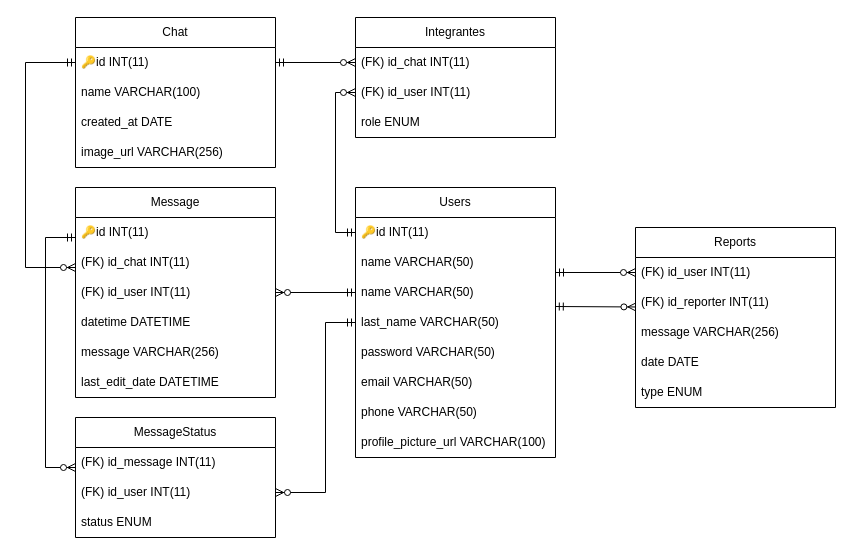
Before: EsquemaRelacional.drawio in benjahuenchunir/React_Madrid_frontend, a draw.io diagram. Source tidied: cells renumbered, new cells numbered last; positions are measured from the earlier drawing's top-left corner, leaving out a move shared by most shapes. Both pictures are drawn from the tidied source at 100%, with x=0, y=0 at pixel (25, 17).
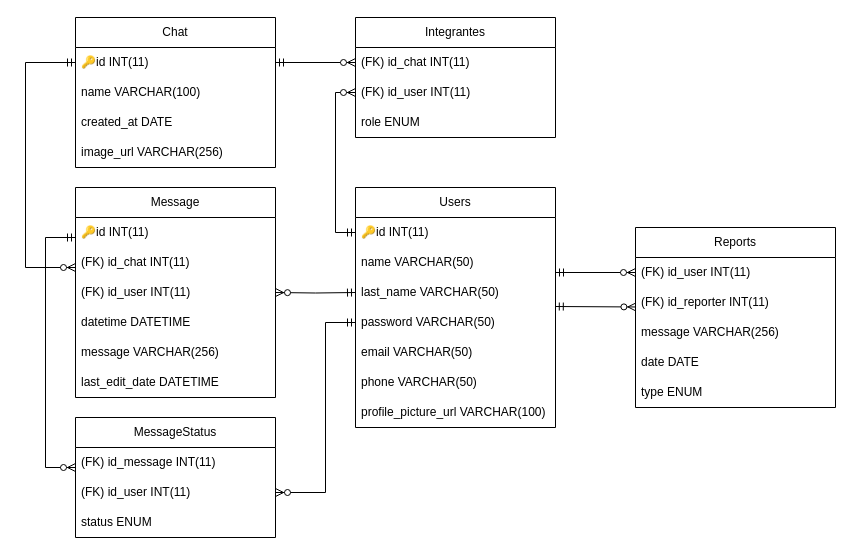
The same page after the edit.

Commit message:
Removed duplicate name

The change refers to these unchanged cells:
```xml
<mxCell id="22" value="(FK)&amp;nbsp;id_reporter INT(11)" style="text;strokeColor=none;fillColor=none;align=left;verticalAlign=middle;spacingLeft=4;spacingRight=4;overflow=hidden;points=[[0,0.5],[1,0.5]];portConstraint=eastwest;whiteSpace=wrap;html=1;" parent="20" vertex="1">
  <mxGeometry y="60" width="200" height="30" as="geometry" />
</mxCell>
<mxCell id="29" value="(FK) id_user INT(11)" style="text;strokeColor=none;fillColor=none;align=left;verticalAlign=middle;spacingLeft=4;spacingRight=4;overflow=hidden;points=[[0,0.5],[1,0.5]];portConstraint=eastwest;whiteSpace=wrap;html=1;" parent="26" vertex="1">
  <mxGeometry y="90" width="200" height="30" as="geometry" />
</mxCell>
```

Diff of the diagram source:
```diff
@@
     <mxCell id="2" value="Users" style="swimlane;fontStyle=0;horizontal=1;startSize=30;whiteSpace=wrap;html=1;" parent="1" vertex="1">
-      <mxGeometry x="330" y="170" width="200" height="270" as="geometry" />
+      <mxGeometry x="330" y="170" width="200" height="240" as="geometry" />
     </mxCell>
@@
-    <mxCell id="5" value="name VARCHAR(50)" style="text;strokeColor=none;fillColor=none;align=left;verticalAlign=middle;spacingLeft=4;spacingRight=4;overflow=hidden;points=[[0,0.5],[1,0.5]];portConstraint=eastwest;whiteSpace=wrap;html=1;" parent="2" vertex="1">
-      <mxGeometry y="90" width="200" height="30" as="geometry" />
-    </mxCell>
     <mxCell id="6" value="last_name VARCHAR(50)" style="text;strokeColor=none;fillColor=none;align=left;verticalAlign=middle;spacingLeft=4;spacingRight=4;overflow=hidden;whiteSpace=wrap;html=1;" parent="2" vertex="1">
-      <mxGeometry y="120" width="200" height="30" as="geometry" />
+      <mxGeometry y="90" width="200" height="30" as="geometry" />
     </mxCell>
     <mxCell id="7" value="password VARCHAR(50)" style="text;strokeColor=none;fillColor=none;align=left;verticalAlign=middle;spacingLeft=4;spacingRight=4;overflow=hidden;whiteSpace=wrap;html=1;" parent="2" vertex="1">
-      <mxGeometry y="150" width="200" height="30" as="geometry" />
+      <mxGeometry y="120" width="200" height="30" as="geometry" />
     </mxCell>
     <mxCell id="8" value="email VARCHAR(50)" style="text;strokeColor=none;fillColor=none;align=left;verticalAlign=middle;spacingLeft=4;spacingRight=4;overflow=hidden;whiteSpace=wrap;html=1;" parent="2" vertex="1">
-      <mxGeometry y="180" width="200" height="30" as="geometry" />
+      <mxGeometry y="150" width="200" height="30" as="geometry" />
     </mxCell>
     <mxCell id="9" value="phone VARCHAR(50)" style="text;strokeColor=none;fillColor=none;align=left;verticalAlign=middle;spacingLeft=4;spacingRight=4;overflow=hidden;whiteSpace=wrap;html=1;" parent="2" vertex="1">
-      <mxGeometry y="210" width="200" height="30" as="geometry" />
+      <mxGeometry y="180" width="200" height="30" as="geometry" />
     </mxCell>
     <mxCell id="10" value="profile_picture_url VARCHAR(100)" style="text;strokeColor=none;fillColor=none;align=left;verticalAlign=middle;spacingLeft=4;spacingRight=4;overflow=hidden;whiteSpace=wrap;html=1;" parent="2" vertex="1">
-      <mxGeometry y="240" width="200" height="30" as="geometry" />
+      <mxGeometry y="210" width="200" height="30" as="geometry" />
     </mxCell>
@@
-    <mxCell id="39" style="fontSize=12;html=1;endArrow=ERzeroToMany;startArrow=ERmandOne;rounded=0;strokeColor=default;edgeStyle=orthogonalEdgeStyle;elbow=vertical;exitX=0;exitY=0.5;exitDx=0;exitDy=0;" parent="1" edge="1" source="5" target="29">
-      <mxGeometry relative="1" as="geometry" />
+    <mxCell id="39" style="fontSize=12;html=1;endArrow=ERzeroToMany;startArrow=ERmandOne;rounded=0;strokeColor=default;edgeStyle=orthogonalEdgeStyle;elbow=vertical;exitX=0;exitY=0.5;exitDx=0;exitDy=0;" parent="1" edge="1" target="29">
+      <mxGeometry relative="1" as="geometry">
+        <mxPoint x="330" y="275" as="sourcePoint" />
+      </mxGeometry>
     </mxCell>
@@
-    <mxCell id="44" style="fontSize=12;html=1;endArrow=ERzeroToMany;startArrow=ERmandOne;rounded=0;strokeColor=default;edgeStyle=orthogonalEdgeStyle;elbow=vertical;entryX=0.002;entryY=0.649;entryDx=0;entryDy=0;exitX=0.999;exitY=0.967;exitDx=0;exitDy=0;exitPerimeter=0;entryPerimeter=0;" parent="1" edge="1" source="5" target="22">
+    <mxCell id="44" style="fontSize=12;html=1;endArrow=ERzeroToMany;startArrow=ERmandOne;rounded=0;strokeColor=default;edgeStyle=orthogonalEdgeStyle;elbow=vertical;entryX=0.002;entryY=0.649;entryDx=0;entryDy=0;exitX=0.999;exitY=0.967;exitDx=0;exitDy=0;exitPerimeter=0;entryPerimeter=0;" parent="1" edge="1" target="22">
       <mxGeometry relative="1" as="geometry">
+        <mxPoint x="529.8" y="289" as="sourcePoint" />
         <Array as="points">
           <mxPoint x="530" y="290" />
         </Array>
       </mxGeometry>
     </mxCell>
```
